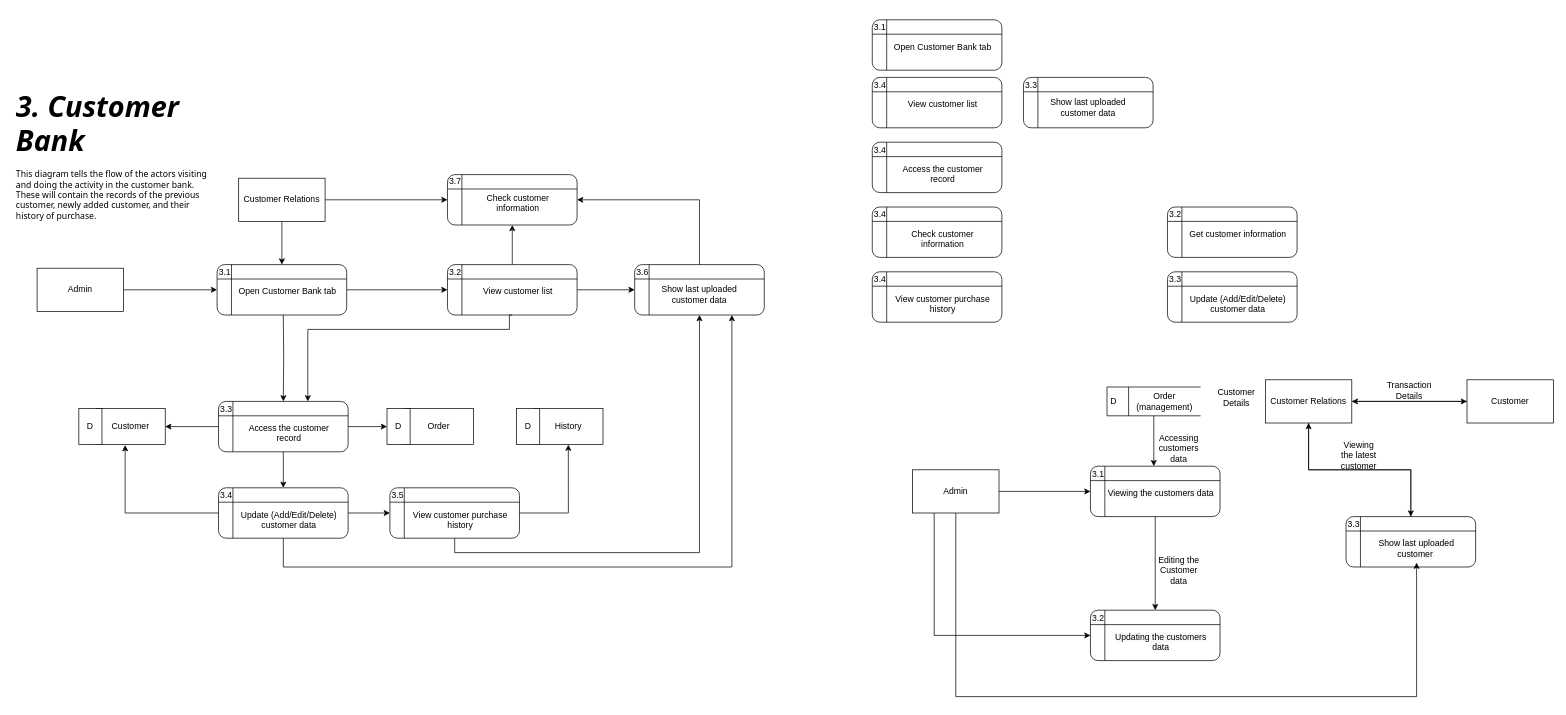
Above: page "Revision Level 2 DFD (Customer Bank)" (5 of 6) of DFD DIAGRAMS.drawio in BryanFabellore/Team_SPOTLIGHT (draw.io), before the change. Source tidied: cells renumbered, new cells numbered last; positions are measured from the earlier drawing's top-left corner, leaving out a move shared by most shapes. Both pictures are drawn from the tidied source at 72%, with x=0, y=0 at pixel (12, 19).
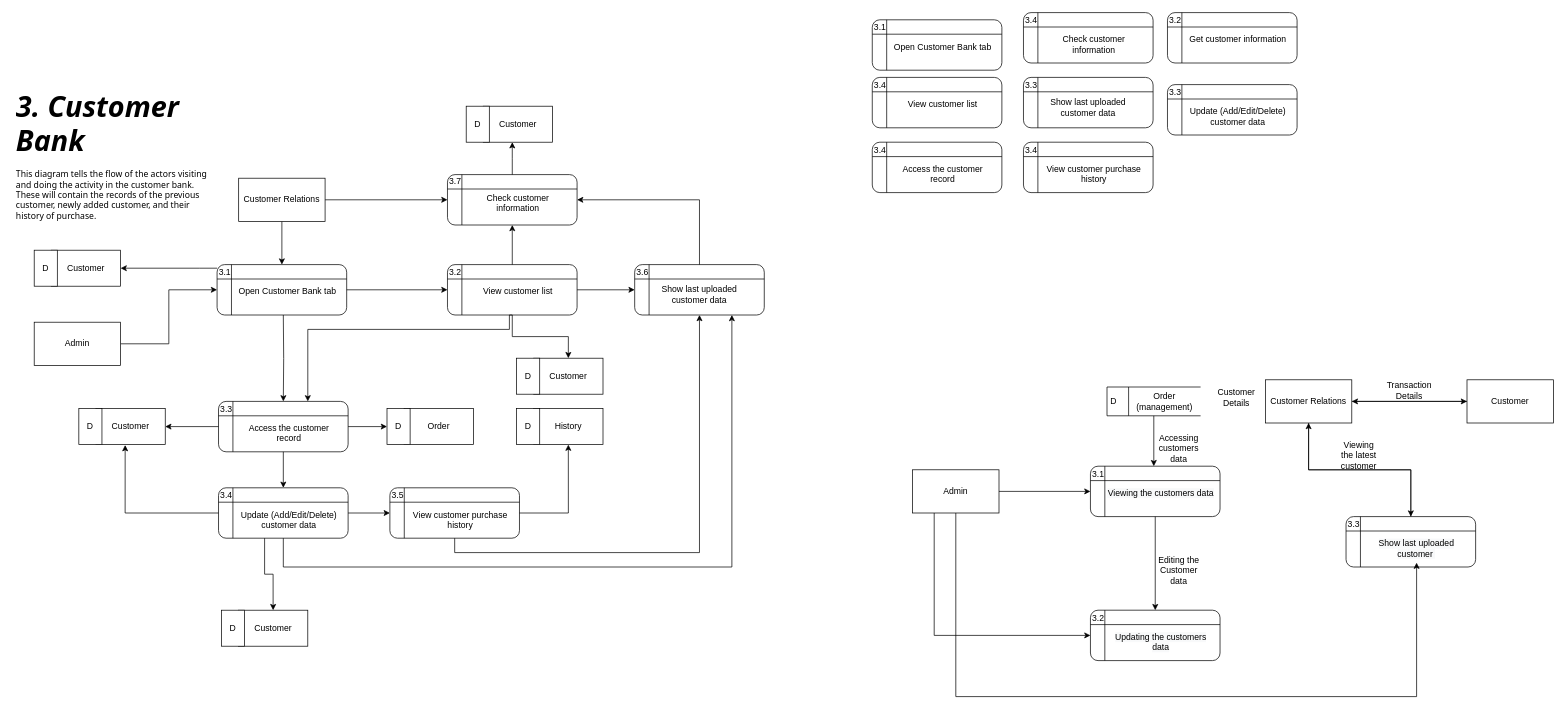
The same page after the edit.

The change refers to these unchanged cells:
```xml
<mxCell id="68" style="shape=internalStorage;whiteSpace=wrap;html=1;backgroundOutline=1;rounded=1;strokeColor=default;fontFamily=Helvetica;fontSize=12;fontColor=default;fillColor=#FFFFFF;" parent="67" vertex="1">
  <mxGeometry x="4" width="180" height="70" as="geometry" />
</mxCell>
<mxCell id="72" style="shape=internalStorage;whiteSpace=wrap;html=1;backgroundOutline=1;rounded=1;strokeColor=default;fontFamily=Helvetica;fontSize=12;fontColor=default;fillColor=#FFFFFF;" parent="71" vertex="1">
  <mxGeometry x="4" width="180" height="70" as="geometry" />
</mxCell>
<mxCell id="76" style="shape=internalStorage;whiteSpace=wrap;html=1;backgroundOutline=1;rounded=1;strokeColor=default;fontFamily=Helvetica;fontSize=12;fontColor=default;fillColor=#FFFFFF;" parent="75" vertex="1">
  <mxGeometry x="4" width="180" height="70" as="geometry" />
</mxCell>
<mxCell id="80" style="shape=internalStorage;whiteSpace=wrap;html=1;backgroundOutline=1;rounded=1;strokeColor=default;fontFamily=Helvetica;fontSize=12;fontColor=default;fillColor=#FFFFFF;" parent="79" vertex="1">
  <mxGeometry x="4" y="5" width="180" height="70" as="geometry" />
</mxCell>
```

Diff of the diagram source:
```diff
@@
     <mxCell id="39" style="group;" parent="1" vertex="1">
-      <mxGeometry x="1600" y="260" width="184" height="70" as="geometry" />
+      <mxGeometry x="1600" y="-10" width="184" height="70" as="geometry" />
     </mxCell>
@@
     <mxCell id="44" style="group;" parent="1" vertex="1">
-      <mxGeometry x="1600" y="350" width="184" height="70" as="geometry" />
+      <mxGeometry x="1600" y="90" width="184" height="70" as="geometry" />
     </mxCell>
@@
     <mxCell id="52" style="group;" parent="1" vertex="1">
-      <mxGeometry x="1190" y="260" width="184" height="70" as="geometry" />
+      <mxGeometry x="1400" y="-10" width="184" height="70" as="geometry" />
     </mxCell>
@@
     <mxCell id="56" style="group;" parent="1" vertex="1">
-      <mxGeometry x="1190" y="350" width="184" height="70" as="geometry" />
+      <mxGeometry x="1400" y="170" width="184" height="70" as="geometry" />
     </mxCell>
@@
     <mxCell id="95" value="Admin" style="rounded=0;whiteSpace=wrap;html=1;strokeColor=default;fontFamily=Helvetica;fontSize=12;fontColor=default;fillColor=#FFFFFF;" parent="1" vertex="1">
-      <mxGeometry x="34" y="345" width="120" height="60" as="geometry" />
+      <mxGeometry x="30" y="420" width="120" height="60" as="geometry" />
     </mxCell>
@@
+    <mxCell id="122" style="group;" parent="1" vertex="1">
+      <mxGeometry x="30" y="320" width="120" height="50" as="geometry" />
+    </mxCell>
+    <mxCell id="123" value="Customer" style="rounded=0;whiteSpace=wrap;html=1;strokeColor=default;fontFamily=Helvetica;fontSize=12;fontColor=default;fillColor=#FFFFFF;" parent="122" vertex="1">
+      <mxGeometry x="23.7" width="96.3" height="50" as="geometry" />
+    </mxCell>
+    <mxCell id="124" value="D" style="rounded=0;whiteSpace=wrap;html=1;strokeColor=default;fontFamily=Helvetica;fontSize=12;fontColor=default;fillColor=#FFFFFF;" parent="122" vertex="1">
+      <mxGeometry width="32.1" height="50" as="geometry" />
+    </mxCell>
+    <mxCell id="125" style="edgeStyle=orthogonalEdgeStyle;rounded=0;jettySize=auto;html=1;entryX=1;entryY=0.5;entryDx=0;entryDy=0;" parent="1" edge="1" source="68" target="123">
+      <mxGeometry relative="1" as="geometry">
+        <Array as="points">
+          <mxPoint x="260" y="345" />
+          <mxPoint x="260" y="345" />
+        </Array>
+      </mxGeometry>
+    </mxCell>
+    <mxCell id="126" style="group;" parent="1" vertex="1">
+      <mxGeometry x="700" y="470" width="120" height="50" as="geometry" />
+    </mxCell>
+    <mxCell id="127" value="Customer" style="rounded=0;whiteSpace=wrap;html=1;strokeColor=default;fontFamily=Helvetica;fontSize=12;fontColor=default;fillColor=#FFFFFF;" parent="126" vertex="1">
+      <mxGeometry x="23.7" width="96.3" height="50" as="geometry" />
+    </mxCell>
+    <mxCell id="128" value="D" style="rounded=0;whiteSpace=wrap;html=1;strokeColor=default;fontFamily=Helvetica;fontSize=12;fontColor=default;fillColor=#FFFFFF;" parent="126" vertex="1">
+      <mxGeometry width="32.1" height="50" as="geometry" />
+    </mxCell>
+    <mxCell id="129" style="edgeStyle=orthogonalEdgeStyle;rounded=0;jettySize=auto;html=1;entryX=0.5;entryY=0;entryDx=0;entryDy=0;" parent="1" edge="1" source="76" target="127">
+      <mxGeometry relative="1" as="geometry" />
+    </mxCell>
+    <mxCell id="130" style="group;" parent="1" vertex="1">
+      <mxGeometry x="630" y="120" width="120" height="50" as="geometry" />
+    </mxCell>
+    <mxCell id="131" value="Customer" style="rounded=0;whiteSpace=wrap;html=1;strokeColor=default;fontFamily=Helvetica;fontSize=12;fontColor=default;fillColor=#FFFFFF;" parent="130" vertex="1">
+      <mxGeometry x="23.7" width="96.3" height="50" as="geometry" />
+    </mxCell>
+    <mxCell id="132" value="D" style="rounded=0;whiteSpace=wrap;html=1;strokeColor=default;fontFamily=Helvetica;fontSize=12;fontColor=default;fillColor=#FFFFFF;" parent="130" vertex="1">
+      <mxGeometry width="32.1" height="50" as="geometry" />
+    </mxCell>
+    <mxCell id="133" style="edgeStyle=orthogonalEdgeStyle;rounded=0;jettySize=auto;html=1;" parent="1" edge="1" source="80">
+      <mxGeometry relative="1" as="geometry">
+        <mxPoint x="694" y="170" as="targetPoint" />
+      </mxGeometry>
+    </mxCell>
+    <mxCell id="134" style="group;" parent="1" vertex="1">
+      <mxGeometry x="290" y="820" width="120" height="50" as="geometry" />
+    </mxCell>
+    <mxCell id="135" value="Customer" style="rounded=0;whiteSpace=wrap;html=1;strokeColor=default;fontFamily=Helvetica;fontSize=12;fontColor=default;fillColor=#FFFFFF;" parent="134" vertex="1">
+      <mxGeometry x="23.7" width="96.3" height="50" as="geometry" />
+    </mxCell>
+    <mxCell id="136" value="D" style="rounded=0;whiteSpace=wrap;html=1;strokeColor=default;fontFamily=Helvetica;fontSize=12;fontColor=default;fillColor=#FFFFFF;" parent="134" vertex="1">
+      <mxGeometry width="32.1" height="50" as="geometry" />
+    </mxCell>
+    <mxCell id="137" style="edgeStyle=orthogonalEdgeStyle;rounded=0;jettySize=auto;html=1;entryX=0.5;entryY=0;entryDx=0;entryDy=0;" parent="1" edge="1" source="72" target="135">
+      <mxGeometry relative="1" as="geometry">
+        <Array as="points">
+          <mxPoint x="350" y="770" />
+          <mxPoint x="362" y="770" />
+        </Array>
+      </mxGeometry>
+    </mxCell>
```
